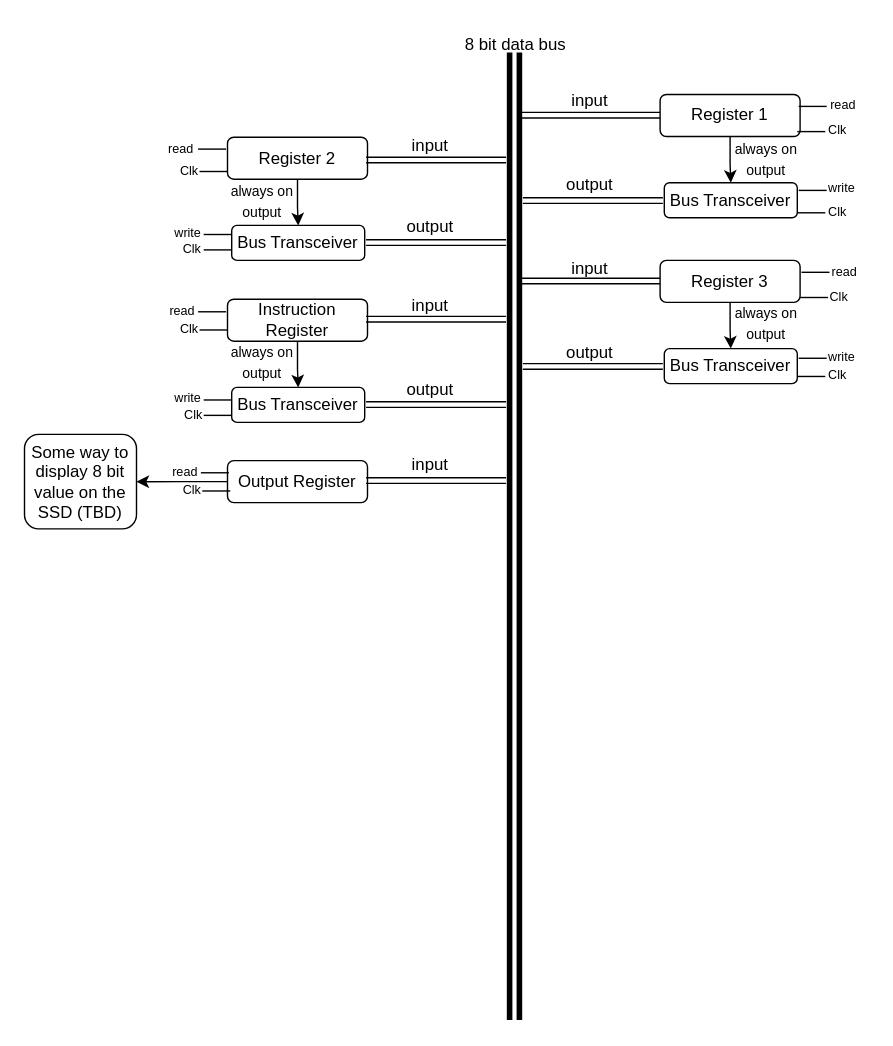
Above: 8 bit computer.drawio in AahanMehta21/8-bit-computer (draw.io), before the change. Source tidied: cells renumbered, new cells numbered last; positions are measured from the earlier drawing's top-left corner, leaving out a move shared by most shapes. Both pictures are drawn from the tidied source at 140%, with x=0, y=0 at pixel (24, 24).
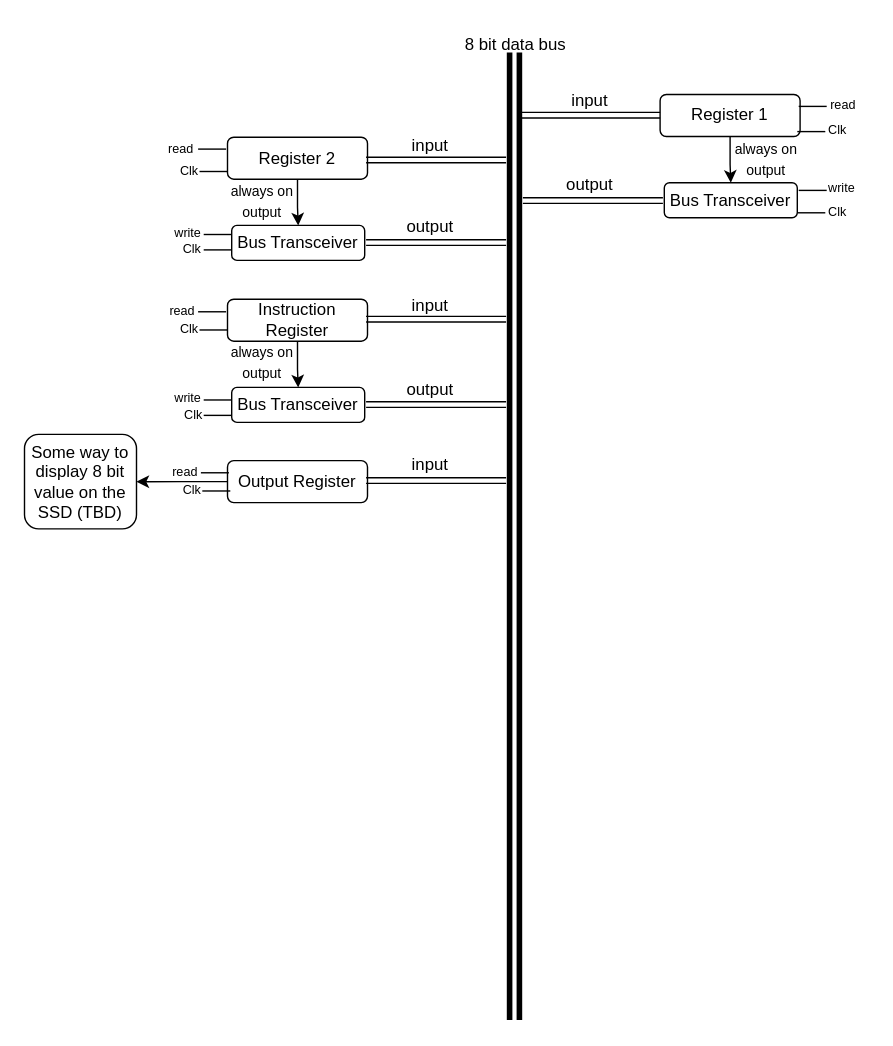
The same diagram, later.

Commit message:
Removed 3rd general purpose register

Diff of the diagram source:
```diff
@@
-    <mxCell id="14" style="edgeStyle=orthogonalEdgeStyle;rounded=0;jettySize=auto;html=1;" parent="1" edge="1" source="15" target="17">
-      <mxGeometry relative="1" as="geometry" />
-    </mxCell>
-    <mxCell id="15" value="Register 3" style="rounded=1;whiteSpace=wrap;html=1;" parent="1" vertex="1">
-      <mxGeometry x="454" y="168.5" width="100" height="30" as="geometry" />
-    </mxCell>
-    <mxCell id="16" style="shape=link;html=1;rounded=0;" parent="1" edge="1">
-      <mxGeometry relative="1" as="geometry">
-        <mxPoint x="354" y="183.2" as="sourcePoint" />
-        <mxPoint x="454" y="183.2" as="targetPoint" />
-      </mxGeometry>
-    </mxCell>
-    <mxCell id="17" value="Bus Transceiver" style="whiteSpace=wrap;html=1;rounded=1;" parent="1" vertex="1">
-      <mxGeometry x="457" y="231.5" width="95" height="25" as="geometry" />
-    </mxCell>
-    <mxCell id="18" style="shape=link;html=1;rounded=0;" parent="1" edge="1">
-      <mxGeometry relative="1" as="geometry">
-        <mxPoint x="356" y="244.2" as="sourcePoint" />
-        <mxPoint x="456" y="244.2" as="targetPoint" />
-      </mxGeometry>
-    </mxCell>
@@
-    <mxCell id="25" value="input" style="text;html=1;align=center;verticalAlign=middle;whiteSpace=wrap;rounded=0;" parent="1" vertex="1">
-      <mxGeometry x="374" y="160" width="60" height="30" as="geometry" />
-    </mxCell>
@@
-    <mxCell id="28" value="output" style="text;html=1;align=center;verticalAlign=middle;whiteSpace=wrap;rounded=0;" parent="1" vertex="1">
-      <mxGeometry x="374" y="220" width="60" height="30" as="geometry" />
-    </mxCell>
@@
-    <mxCell id="31" value="&lt;font style=&quot;font-size: 10px;&quot;&gt;always on output&lt;/font&gt;" style="text;html=1;align=center;verticalAlign=middle;whiteSpace=wrap;rounded=0;" parent="1" vertex="1">
-      <mxGeometry x="500" y="198.5" width="60" height="29.5" as="geometry" />
-    </mxCell>
@@
-    <mxCell id="49" style="endArrow=none;html=1;rounded=0;" parent="1" edge="1">
-      <mxGeometry relative="1" as="geometry">
-        <mxPoint x="554" y="195" as="sourcePoint" />
-        <mxPoint x="574" y="195" as="targetPoint" />
-      </mxGeometry>
-    </mxCell>
-    <mxCell id="50" value="Clk" style="text;html=1;align=center;verticalAlign=middle;whiteSpace=wrap;rounded=0;fontSize=9;" parent="1" vertex="1">
-      <mxGeometry x="565" y="184.5" width="34" height="20" as="geometry" />
-    </mxCell>
-    <mxCell id="51" style="endArrow=none;html=1;rounded=0;" parent="1" edge="1">
-      <mxGeometry relative="1" as="geometry">
-        <mxPoint x="552" y="251.4" as="sourcePoint" />
-        <mxPoint x="572" y="251.4" as="targetPoint" />
-      </mxGeometry>
-    </mxCell>
-    <mxCell id="52" value="Clk" style="text;html=1;align=center;verticalAlign=middle;whiteSpace=wrap;rounded=0;fontSize=9;" parent="1" vertex="1">
-      <mxGeometry x="565" y="240.9" width="32" height="20" as="geometry" />
-    </mxCell>
@@
-    <mxCell id="69" style="endArrow=none;html=1;rounded=0;" parent="1" edge="1">
-      <mxGeometry relative="1" as="geometry">
-        <mxPoint x="555" y="177" as="sourcePoint" />
-        <mxPoint x="575" y="177" as="targetPoint" />
-      </mxGeometry>
-    </mxCell>
-    <mxCell id="70" value="read" style="text;html=1;align=center;verticalAlign=middle;whiteSpace=wrap;rounded=0;fontSize=9;" parent="1" vertex="1">
-      <mxGeometry x="569" y="166.5" width="34" height="20" as="geometry" />
-    </mxCell>
-    <mxCell id="71" style="endArrow=none;html=1;rounded=0;" parent="1" edge="1">
-      <mxGeometry relative="1" as="geometry">
-        <mxPoint x="553" y="238.4" as="sourcePoint" />
-        <mxPoint x="573" y="238.4" as="targetPoint" />
-      </mxGeometry>
-    </mxCell>
-    <mxCell id="72" value="write" style="text;html=1;align=center;verticalAlign=middle;whiteSpace=wrap;rounded=0;fontSize=9;" parent="1" vertex="1">
-      <mxGeometry x="568" y="227.9" width="32" height="20" as="geometry" />
-    </mxCell>
```
